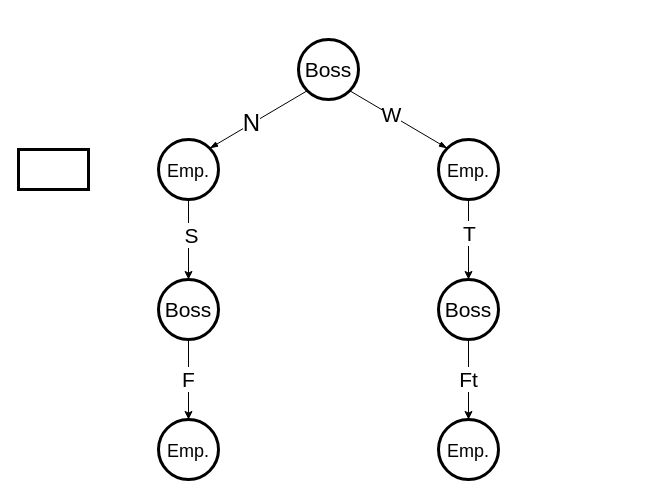
Above: Diagramma senza titolo.drawio in michelexyz/VU (draw.io), before the change. Source tidied: cells renumbered, new cells numbered last; positions are measured from the earlier drawing's top-left corner, leaving out a move shared by most shapes. Both pictures are drawn from the tidied source at 100%, with x=0, y=0 at pixel (18, 39).
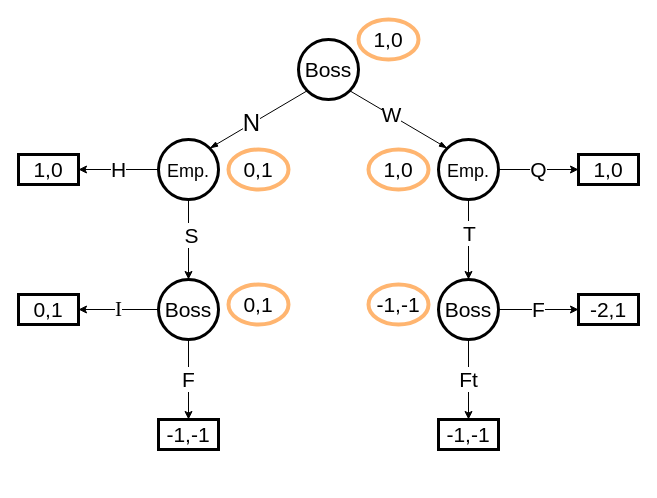
After the change.

Commit message:
finshed diagram

The change refers to these unchanged cells:
```xml
<mxCell id="5" value="&lt;font style=&quot;font-size: 18px;&quot;&gt;Emp.&lt;/font&gt;" style="ellipse;whiteSpace=wrap;html=1;strokeWidth=3;fontSize=21;" parent="1" vertex="1">
  <mxGeometry x="140" y="100" width="60" height="60" as="geometry" />
</mxCell>
<mxCell id="8" value="&lt;font style=&quot;font-size: 18px;&quot;&gt;Emp.&lt;/font&gt;" style="ellipse;whiteSpace=wrap;html=1;strokeWidth=3;fontSize=21;" parent="1" vertex="1">
  <mxGeometry x="420" y="100" width="60" height="60" as="geometry" />
</mxCell>
<mxCell id="15" value="Boss" style="ellipse;whiteSpace=wrap;html=1;strokeWidth=3;fontSize=21;" parent="1" vertex="1">
  <mxGeometry x="140" y="240" width="60" height="60" as="geometry" />
</mxCell>
<mxCell id="17" value="Boss" style="ellipse;whiteSpace=wrap;html=1;strokeWidth=3;fontSize=21;" parent="1" vertex="1">
  <mxGeometry x="420" y="240" width="60" height="60" as="geometry" />
</mxCell>
```

Change to the diagram source:
```diff
@@
+    <mxCell id="21" value="&lt;font style=&quot;font-size: 21px;&quot;&gt;H&lt;/font&gt;" style="edgeStyle=orthogonalEdgeStyle;rounded=0;jettySize=auto;html=1;entryX=1;entryY=0.5;entryDx=0;entryDy=0;" parent="1" edge="1" source="5" target="20">
+      <mxGeometry relative="1" as="geometry" />
+    </mxCell>
@@
+    <mxCell id="22" value="&lt;font style=&quot;font-size: 21px;&quot;&gt;Q&lt;/font&gt;" style="edgeStyle=orthogonalEdgeStyle;rounded=0;jettySize=auto;html=1;entryX=0;entryY=0.5;entryDx=0;entryDy=0;" parent="1" edge="1" source="8" target="29">
+      <mxGeometry relative="1" as="geometry" />
+    </mxCell>
@@
-    <mxCell id="14" value="&lt;font style=&quot;font-size: 21px;&quot;&gt;F&lt;/font&gt;" style="edgeStyle=orthogonalEdgeStyle;rounded=0;jettySize=auto;html=1;entryX=0.5;entryY=0;entryDx=0;entryDy=0;" parent="1" edge="1" source="15" target="18">
-      <mxGeometry relative="1" as="geometry" />
+    <mxCell id="14" value="&lt;font style=&quot;font-size: 21px;&quot;&gt;F&lt;/font&gt;" style="edgeStyle=orthogonalEdgeStyle;rounded=0;jettySize=auto;html=1;entryX=0.5;entryY=0;entryDx=0;entryDy=0;" parent="1" edge="1" source="15">
+      <mxGeometry relative="1" as="geometry">
+        <mxPoint x="170" y="380" as="targetPoint" />
+      </mxGeometry>
     </mxCell>
+    <mxCell id="23" value="&lt;font face=&quot;Times New Roman&quot; style=&quot;font-size: 21px;&quot;&gt;I&lt;/font&gt;" style="edgeStyle=orthogonalEdgeStyle;rounded=0;jettySize=auto;html=1;entryX=1;entryY=0.5;entryDx=0;entryDy=0;" parent="1" edge="1" source="15" target="25">
+      <mxGeometry relative="1" as="geometry" />
+    </mxCell>
@@
-    <mxCell id="16" value="&lt;font style=&quot;font-size: 21px;&quot;&gt;Ft&lt;/font&gt;" style="edgeStyle=orthogonalEdgeStyle;rounded=0;jettySize=auto;html=1;entryX=0.5;entryY=0;entryDx=0;entryDy=0;" parent="1" edge="1" source="17" target="19">
-      <mxGeometry relative="1" as="geometry" />
+    <mxCell id="16" value="&lt;font style=&quot;font-size: 21px;&quot;&gt;Ft&lt;/font&gt;" style="edgeStyle=orthogonalEdgeStyle;rounded=0;jettySize=auto;html=1;entryX=0.5;entryY=0;entryDx=0;entryDy=0;" parent="1" edge="1" source="17">
+      <mxGeometry relative="1" as="geometry">
+        <mxPoint x="450" y="380" as="targetPoint" />
+      </mxGeometry>
     </mxCell>
+    <mxCell id="24" value="&lt;font style=&quot;font-size: 21px;&quot;&gt;F&lt;/font&gt;" style="edgeStyle=orthogonalEdgeStyle;rounded=0;jettySize=auto;html=1;entryX=0;entryY=0.5;entryDx=0;entryDy=0;" parent="1" edge="1" source="17" target="28">
+      <mxGeometry relative="1" as="geometry" />
+    </mxCell>
@@
-    <mxCell id="18" value="&lt;font style=&quot;font-size: 18px;&quot;&gt;Emp.&lt;/font&gt;" style="ellipse;whiteSpace=wrap;html=1;strokeWidth=3;fontSize=21;" parent="1" vertex="1">
-      <mxGeometry x="140" y="380" width="60" height="60" as="geometry" />
-    </mxCell>
-    <mxCell id="19" value="&lt;font style=&quot;font-size: 18px;&quot;&gt;Emp.&lt;/font&gt;" style="ellipse;whiteSpace=wrap;html=1;strokeWidth=3;fontSize=21;" parent="1" vertex="1">
-      <mxGeometry x="420" y="380" width="60" height="60" as="geometry" />
-    </mxCell>
-    <mxCell id="20" style="rounded=0;whiteSpace=wrap;html=1;strokeWidth=3;" parent="1" vertex="1">
-      <mxGeometry y="110" width="70" height="40" as="geometry" />
+    <mxCell id="20" value="&lt;font style=&quot;font-size: 21px;&quot;&gt;1,0&lt;/font&gt;" style="rounded=0;whiteSpace=wrap;html=1;strokeWidth=3;" parent="1" vertex="1">
+      <mxGeometry y="115" width="60" height="30" as="geometry" />
     </mxCell>
+    <mxCell id="25" value="&lt;font style=&quot;font-size: 21px;&quot;&gt;0,1&lt;/font&gt;" style="rounded=0;whiteSpace=wrap;html=1;strokeWidth=3;" parent="1" vertex="1">
+      <mxGeometry y="255" width="60" height="30" as="geometry" />
+    </mxCell>
+    <mxCell id="26" value="&lt;font style=&quot;font-size: 21px;&quot;&gt;-1,-1&lt;/font&gt;" style="rounded=0;whiteSpace=wrap;html=1;strokeWidth=3;" parent="1" vertex="1">
+      <mxGeometry x="140" y="380" width="60" height="30" as="geometry" />
+    </mxCell>
+    <mxCell id="27" value="&lt;font style=&quot;font-size: 21px;&quot;&gt;-1,-1&lt;/font&gt;" style="rounded=0;whiteSpace=wrap;html=1;strokeWidth=3;" parent="1" vertex="1">
+      <mxGeometry x="420" y="380" width="60" height="30" as="geometry" />
+    </mxCell>
+    <mxCell id="28" value="&lt;font style=&quot;font-size: 21px;&quot;&gt;-2,1&lt;/font&gt;" style="rounded=0;whiteSpace=wrap;html=1;strokeWidth=3;" parent="1" vertex="1">
+      <mxGeometry x="560" y="255" width="60" height="30" as="geometry" />
+    </mxCell>
+    <mxCell id="29" value="&lt;font style=&quot;font-size: 21px;&quot;&gt;1,0&lt;/font&gt;" style="rounded=0;whiteSpace=wrap;html=1;strokeWidth=3;" parent="1" vertex="1">
+      <mxGeometry x="560" y="115" width="60" height="30" as="geometry" />
+    </mxCell>
+    <mxCell id="30" value="&lt;font style=&quot;font-size: 21px;&quot;&gt;0,1&lt;/font&gt;" style="ellipse;whiteSpace=wrap;html=1;strokeColor=#FFB570;strokeWidth=4;" parent="1" vertex="1">
+      <mxGeometry x="210" y="245" width="60" height="40" as="geometry" />
+    </mxCell>
+    <mxCell id="31" value="&lt;font style=&quot;font-size: 21px;&quot;&gt;-1,-1&lt;/font&gt;" style="ellipse;whiteSpace=wrap;html=1;strokeColor=#FFB570;strokeWidth=4;" parent="1" vertex="1">
+      <mxGeometry x="350" y="245" width="60" height="40" as="geometry" />
+    </mxCell>
+    <mxCell id="32" value="&lt;font style=&quot;font-size: 21px;&quot;&gt;0,1&lt;/font&gt;" style="ellipse;whiteSpace=wrap;html=1;strokeColor=#FFB570;strokeWidth=4;" parent="1" vertex="1">
+      <mxGeometry x="210" y="110" width="60" height="40" as="geometry" />
+    </mxCell>
+    <mxCell id="33" value="&lt;font style=&quot;font-size: 21px;&quot;&gt;1,0&lt;/font&gt;" style="ellipse;whiteSpace=wrap;html=1;strokeColor=#FFB570;strokeWidth=4;" parent="1" vertex="1">
+      <mxGeometry x="350" y="110" width="60" height="40" as="geometry" />
+    </mxCell>
+    <mxCell id="34" value="&lt;font style=&quot;font-size: 21px;&quot;&gt;1,0&lt;/font&gt;" style="ellipse;whiteSpace=wrap;html=1;strokeColor=#FFB570;strokeWidth=4;" parent="1" vertex="1">
+      <mxGeometry x="340" y="-20" width="60" height="40" as="geometry" />
+    </mxCell>
```
